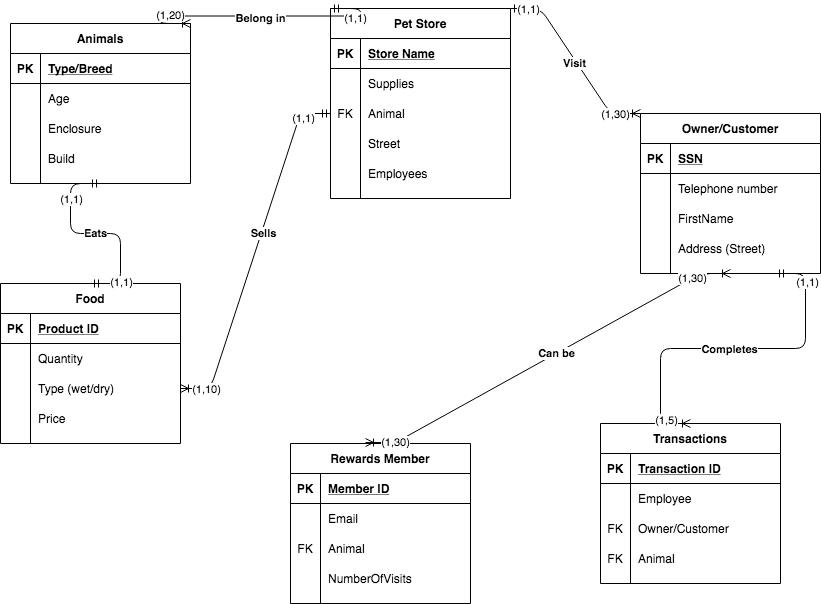
Above: Images/PetShop.png in SidneyZaref/IST210 (draw.io), before the change. Source tidied: cells renumbered, new cells last; positions are measured from the earlier drawing's top-left corner, leaving out a move shared by most shapes.
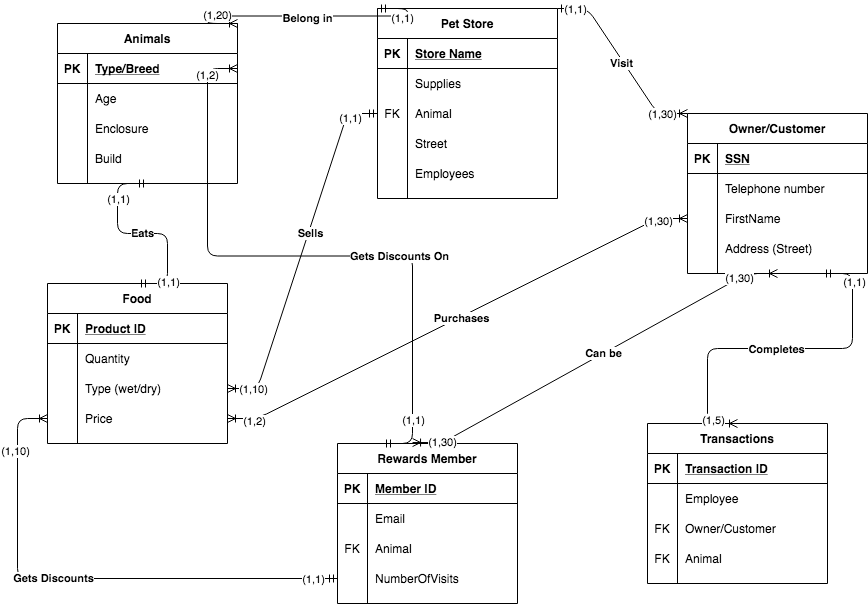
After the commit.

Diff of the diagram source:
```diff
@@ -325,5 +325,45 @@
     <mxCell id="106" value="(1,1)" style="edgeLabel;html=1;align=center;verticalAlign=middle;" parent="103" vertex="1">
       <mxGeometry x="-0.82" relative="1" as="geometry" />
     </mxCell>
+    <mxCell id="107" style="edgeStyle=entityRelationEdgeStyle;fontSize=12;html=1;endArrow=ERoneToMany;startArrow=ERoneToMany;entryX=0;entryY=0.5;entryDx=0;entryDy=0;" parent="1" edge="1" source="67" target="77">
+      <mxGeometry relative="1" as="geometry" />
+    </mxCell>
+    <mxCell id="108" value="&lt;b&gt;Purchases&lt;/b&gt;" style="edgeLabel;html=1;align=center;verticalAlign=middle;" parent="107" vertex="1">
+      <mxGeometry x="0.01" relative="1" as="geometry">
+        <mxPoint y="1" as="offset" />
+      </mxGeometry>
+    </mxCell>
+    <mxCell id="109" value="(1,30)" style="edgeLabel;html=1;align=center;verticalAlign=middle;" parent="107" vertex="1">
+      <mxGeometry x="0.89" y="-2" relative="1" as="geometry" />
+    </mxCell>
+    <mxCell id="110" value="(1,2)" style="edgeLabel;html=1;align=center;verticalAlign=middle;" parent="107" vertex="1">
+      <mxGeometry x="-0.9" y="-2" relative="1" as="geometry" />
+    </mxCell>
+    <mxCell id="111" style="edgeStyle=entityRelationEdgeStyle;fontSize=12;html=1;endArrow=ERoneToMany;startArrow=ERmandOne;entryX=0;entryY=0.5;entryDx=0;entryDy=0;" parent="1" edge="1" source="54" target="67">
+      <mxGeometry relative="1" as="geometry" />
+    </mxCell>
+    <mxCell id="112" value="&lt;b&gt;Gets Discounts&lt;/b&gt;" style="edgeLabel;html=1;align=center;verticalAlign=middle;" parent="111" vertex="1">
+      <mxGeometry x="0.12" y="-1" relative="1" as="geometry" />
+    </mxCell>
+    <mxCell id="113" value="(1,1)" style="edgeLabel;html=1;align=center;verticalAlign=middle;" parent="111" vertex="1">
+      <mxGeometry x="-0.9" relative="1" as="geometry" />
+    </mxCell>
+    <mxCell id="114" value="(1,10)" style="edgeLabel;html=1;align=center;verticalAlign=middle;" parent="111" vertex="1">
+      <mxGeometry x="0.76" y="3" relative="1" as="geometry" />
+    </mxCell>
+    <mxCell id="115" style="edgeStyle=entityRelationEdgeStyle;fontSize=12;html=1;endArrow=ERoneToMany;startArrow=ERmandOne;entryX=1;entryY=0.5;entryDx=0;entryDy=0;exitX=0.25;exitY=0;exitDx=0;exitDy=0;" parent="1" edge="1" source="44" target="3">
+      <mxGeometry relative="1" as="geometry" />
+    </mxCell>
+    <mxCell id="116" value="&lt;b&gt;Gets Discounts On&lt;/b&gt;" style="edgeLabel;html=1;align=center;verticalAlign=middle;" parent="115" vertex="1">
+      <mxGeometry x="-0.28" relative="1" as="geometry" />
+    </mxCell>
+    <mxCell id="117" value="(1,1)" style="edgeLabel;html=1;align=center;verticalAlign=middle;" parent="115" vertex="1">
+      <mxGeometry x="-0.91" y="24" relative="1" as="geometry">
+        <mxPoint x="24" y="-24" as="offset" />
+      </mxGeometry>
+    </mxCell>
+    <mxCell id="118" value="(1,2)" style="edgeLabel;html=1;align=center;verticalAlign=middle;" parent="115" vertex="1">
+      <mxGeometry x="0.89" y="1" relative="1" as="geometry" />
+    </mxCell>
   </root>
 </mxGraphModel>
```
